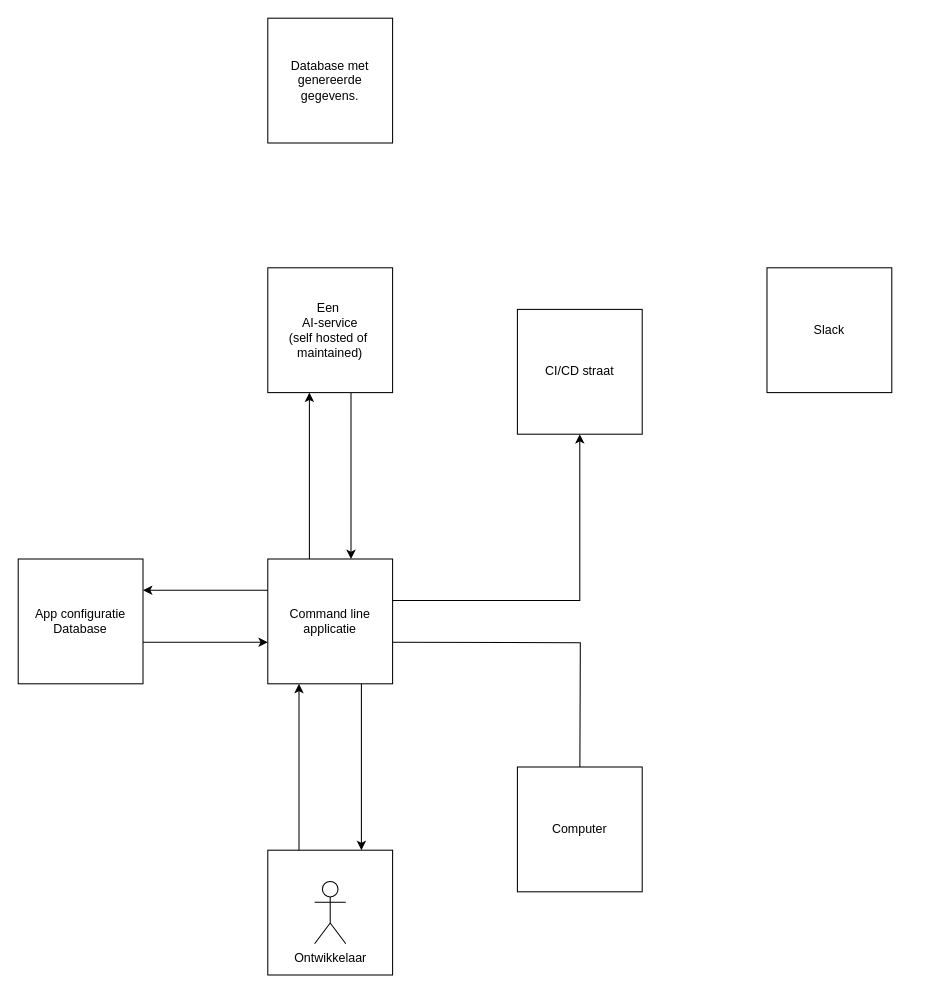
The draw.io diagram page "Pagina-1" (1 of 2) of cli app.drawio in luukvankooten/draw.io, before the edit. Source tidied: cells renumbered, new cells numbered last; positions are measured from the earlier drawing's top-left corner, leaving out a move shared by most shapes. Both pictures are drawn from the tidied source at 104%, with x=0, y=0 at pixel (18, 18).
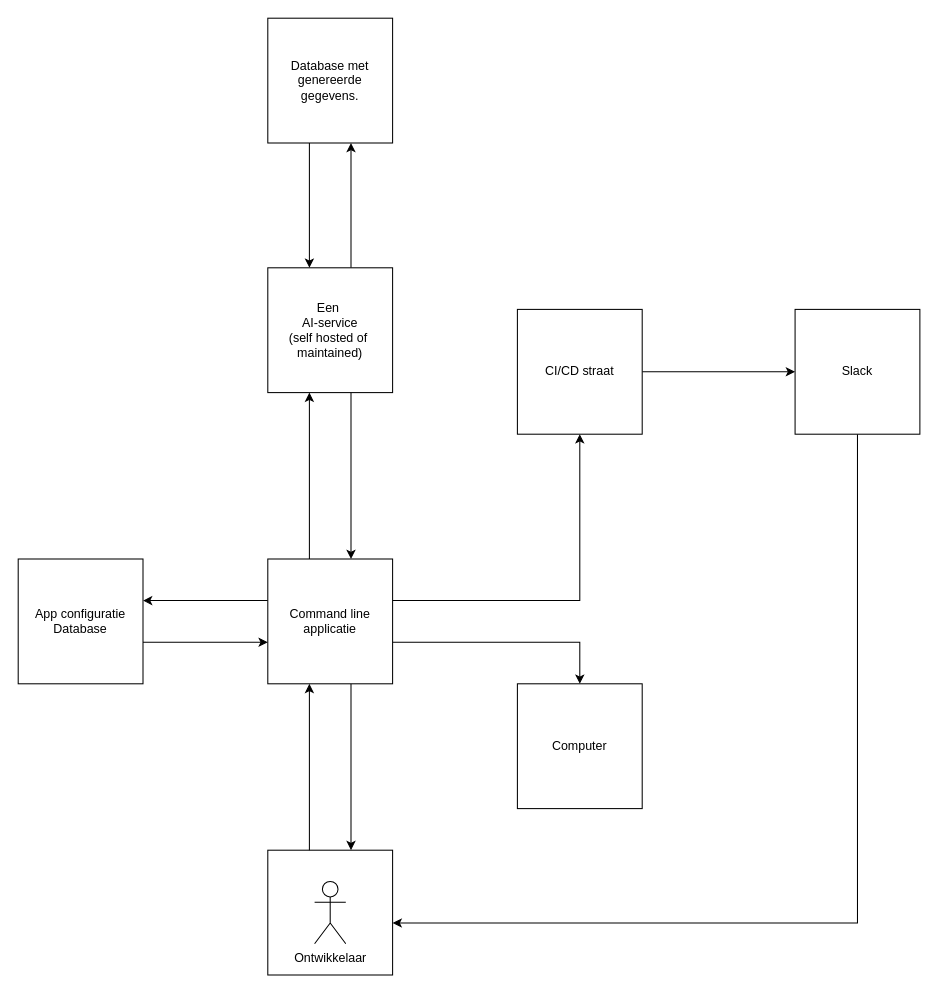
The same page after the edit.

The change refers to these unchanged cells:
```xml
<mxCell id="7" value="Command line applicatie" style="whiteSpace=wrap;html=1;direction=south;" parent="1" vertex="1">
  <mxGeometry x="240" y="520" width="120" height="120" as="geometry" />
</mxCell>
<mxCell id="9" value="&lt;div&gt;Een&amp;nbsp;&lt;/div&gt;&lt;div&gt;AI-service&lt;/div&gt;&lt;div&gt;(self hosted of&amp;nbsp;&lt;/div&gt;&lt;div&gt;maintained)&lt;br&gt;&lt;/div&gt;" style="whiteSpace=wrap;html=1;" parent="1" vertex="1">
  <mxGeometry x="240" y="240" width="120" height="120" as="geometry" />
</mxCell>
<mxCell id="10" value="Database met genereerde gegevens." style="whiteSpace=wrap;html=1;" parent="1" vertex="1">
  <mxGeometry x="240" width="120" height="120" as="geometry" />
</mxCell>
<mxCell id="13" value="&lt;div&gt;App configuratie&lt;/div&gt;&lt;div&gt;Database&lt;br&gt;&lt;/div&gt;" style="whiteSpace=wrap;html=1;" parent="1" vertex="1">
  <mxGeometry y="520" width="120" height="120" as="geometry" />
</mxCell>
<mxCell id="15" value="CI/CD straat" style="whiteSpace=wrap;html=1;" parent="1" vertex="1">
  <mxGeometry x="480" y="280" width="120" height="120" as="geometry" />
</mxCell>
<mxCell id="17" style="whiteSpace=wrap;html=1;" parent="16" vertex="1">
  <mxGeometry width="120" height="120" as="geometry" />
</mxCell>
```

The edit, as a diff of the source:
```diff
@@
-    <mxCell id="2" style="edgeStyle=orthogonalEdgeStyle;rounded=0;orthogonalLoop=1;jettySize=auto;html=1;" parent="1" edge="1">
-      <mxGeometry relative="1" as="geometry">
-        <mxPoint x="360" y="600" as="sourcePoint" />
-        <mxPoint x="540" y="740" as="targetPoint" />
-      </mxGeometry>
-    </mxCell>
@@
     <mxCell id="4" style="edgeStyle=orthogonalEdgeStyle;rounded=0;jettySize=auto;html=1;" parent="1" edge="1" source="7" target="17">
       <mxGeometry relative="1" as="geometry">
         <Array as="points">
-          <mxPoint x="330" y="720" />
-          <mxPoint x="330" y="720" />
+          <mxPoint x="320" y="700" />
+          <mxPoint x="320" y="700" />
         </Array>
       </mxGeometry>
     </mxCell>
     <mxCell id="5" style="edgeStyle=orthogonalEdgeStyle;rounded=0;jettySize=auto;html=1;" parent="1" edge="1" source="7" target="13">
       <mxGeometry relative="1" as="geometry">
         <Array as="points">
-          <mxPoint x="180" y="550" />
-          <mxPoint x="180" y="550" />
+          <mxPoint x="190" y="560" />
+          <mxPoint x="190" y="560" />
         </Array>
       </mxGeometry>
     </mxCell>
+    <mxCell id="20" style="edgeStyle=orthogonalEdgeStyle;rounded=0;jettySize=auto;html=1;" parent="1" edge="1" source="7" target="11">
+      <mxGeometry relative="1" as="geometry">
+        <Array as="points">
+          <mxPoint x="490" y="600" />
+          <mxPoint x="490" y="600" />
+        </Array>
+      </mxGeometry>
+    </mxCell>
-    <mxCell id="6" style="edgeStyle=orthogonalEdgeStyle;rounded=0;jettySize=auto;html=1;entryX=0.5;entryY=1;entryDx=0;entryDy=0;" parent="1" edge="1" source="7" target="15">
+    <mxCell id="6" style="edgeStyle=orthogonalEdgeStyle;rounded=0;jettySize=auto;html=1;" parent="1" edge="1" source="7" target="15">
       <mxGeometry relative="1" as="geometry">
         <Array as="points">
           <mxPoint x="540" y="560" />
         </Array>
       </mxGeometry>
     </mxCell>
@@
+    <mxCell id="21" style="edgeStyle=orthogonalEdgeStyle;rounded=0;jettySize=auto;html=1;" parent="1" edge="1" source="9" target="10">
+      <mxGeometry relative="1" as="geometry">
+        <Array as="points">
+          <mxPoint x="320" y="160" />
+          <mxPoint x="320" y="160" />
+        </Array>
+      </mxGeometry>
+    </mxCell>
@@
+    <mxCell id="22" style="edgeStyle=orthogonalEdgeStyle;rounded=0;jettySize=auto;html=1;" parent="1" edge="1" source="10" target="9">
+      <mxGeometry relative="1" as="geometry">
+        <Array as="points">
+          <mxPoint x="280" y="180" />
+          <mxPoint x="280" y="180" />
+        </Array>
+      </mxGeometry>
+    </mxCell>
@@
     <mxCell id="11" value="Computer" style="whiteSpace=wrap;html=1;" parent="1" vertex="1">
-      <mxGeometry x="480" y="720" width="120" height="120" as="geometry" />
+      <mxGeometry x="480" y="640" width="120" height="120" as="geometry" />
     </mxCell>
@@
+    <mxCell id="23" style="edgeStyle=orthogonalEdgeStyle;rounded=0;jettySize=auto;html=1;" parent="1" edge="1" source="14" target="17">
+      <mxGeometry relative="1" as="geometry">
+        <Array as="points">
+          <mxPoint x="807" y="870" />
+        </Array>
+      </mxGeometry>
+    </mxCell>
     <mxCell id="14" value="Slack" style="whiteSpace=wrap;html=1;" parent="1" vertex="1">
-      <mxGeometry x="720" y="240" width="120" height="120" as="geometry" />
+      <mxGeometry x="747" y="280" width="120" height="120" as="geometry" />
     </mxCell>
+    <mxCell id="24" style="edgeStyle=orthogonalEdgeStyle;rounded=0;jettySize=auto;html=1;" parent="1" edge="1" source="15" target="14">
+      <mxGeometry relative="1" as="geometry" />
+    </mxCell>
@@
     <mxCell id="19" style="edgeStyle=orthogonalEdgeStyle;rounded=0;jettySize=auto;html=1;" parent="1" edge="1" source="17" target="7">
       <mxGeometry relative="1" as="geometry">
         <Array as="points">
-          <mxPoint x="270" y="720" />
-          <mxPoint x="270" y="720" />
+          <mxPoint x="280" y="710" />
+          <mxPoint x="280" y="710" />
         </Array>
       </mxGeometry>
     </mxCell>
```
